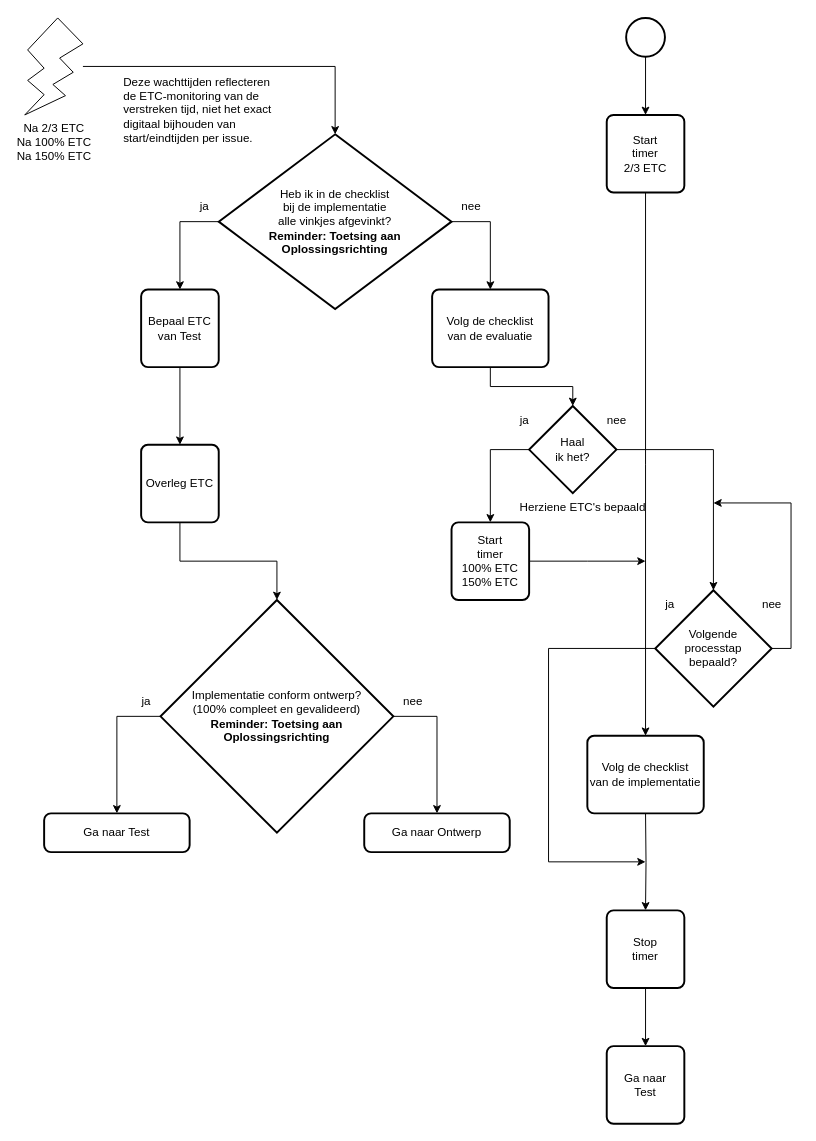
Before: 4 Issue Tracker implementatie.drawio in Zaibatsu89/IssueTracker, a draw.io diagram. Source tidied: cells renumbered, new cells numbered last; positions are measured from the earlier drawing's top-left corner, leaving out a move shared by most shapes. Both pictures are drawn from the tidied source at 97%, with x=0, y=0 at pixel (24, 17).
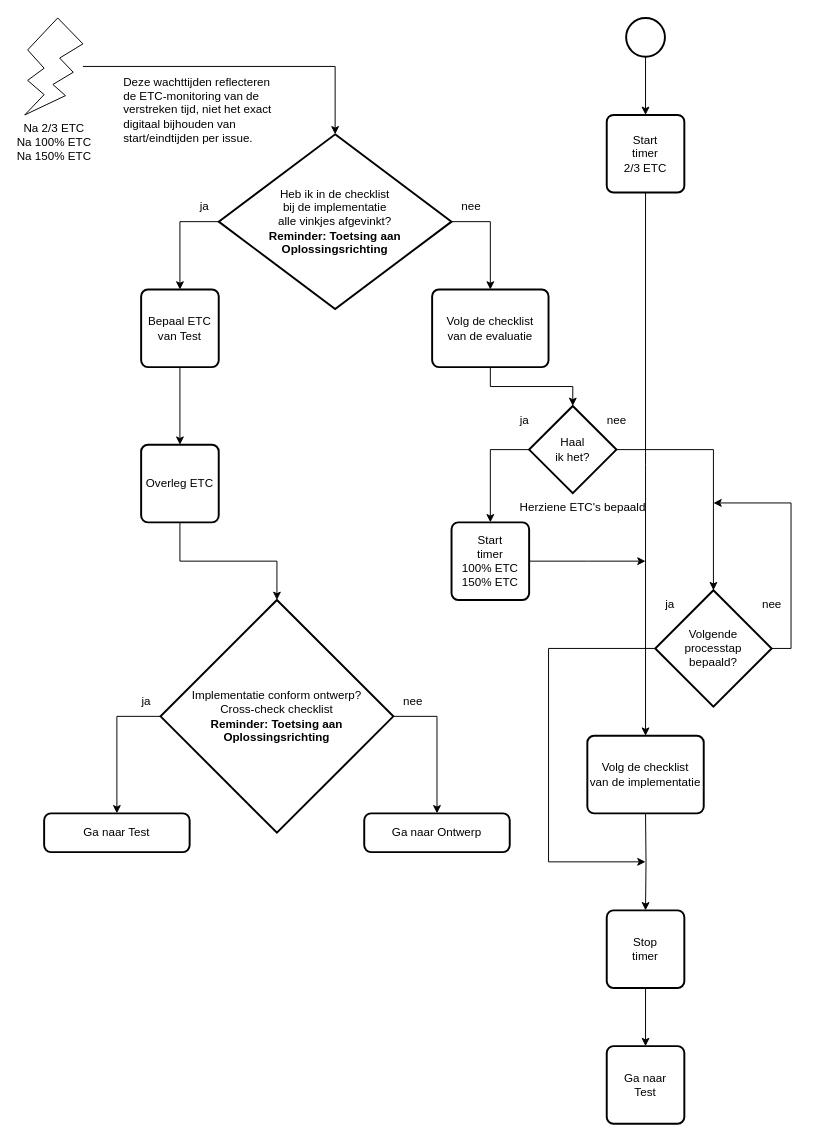
The same page after the edit.

Commit message (it also covers changes not shown here):
Vervang "(100% compleet en gevalideerd)" door "Cross-check checklist" in flowcharts

What changed in the source:
```diff
@@
-    <mxCell id="31" value="Implementatie conform ontwerp?&lt;br&gt;(100% compleet en gevalideerd)&lt;br&gt;&lt;b&gt;Reminder: Toetsing aan Oplossingsrichting&lt;/b&gt;" style="strokeWidth=2;html=1;shape=mxgraph.flowchart.decision;whiteSpace=wrap;" parent="1" vertex="1">
+    <mxCell id="31" value="Implementatie conform ontwerp?&lt;br&gt;Cross-check checklist&lt;br&gt;&lt;b&gt;Reminder: Toetsing aan Oplossingsrichting&lt;/b&gt;" style="strokeWidth=2;html=1;shape=mxgraph.flowchart.decision;whiteSpace=wrap;" parent="1" vertex="1">
       <mxGeometry x="140" y="600" width="240" height="240" as="geometry" />
     </mxCell>
```
